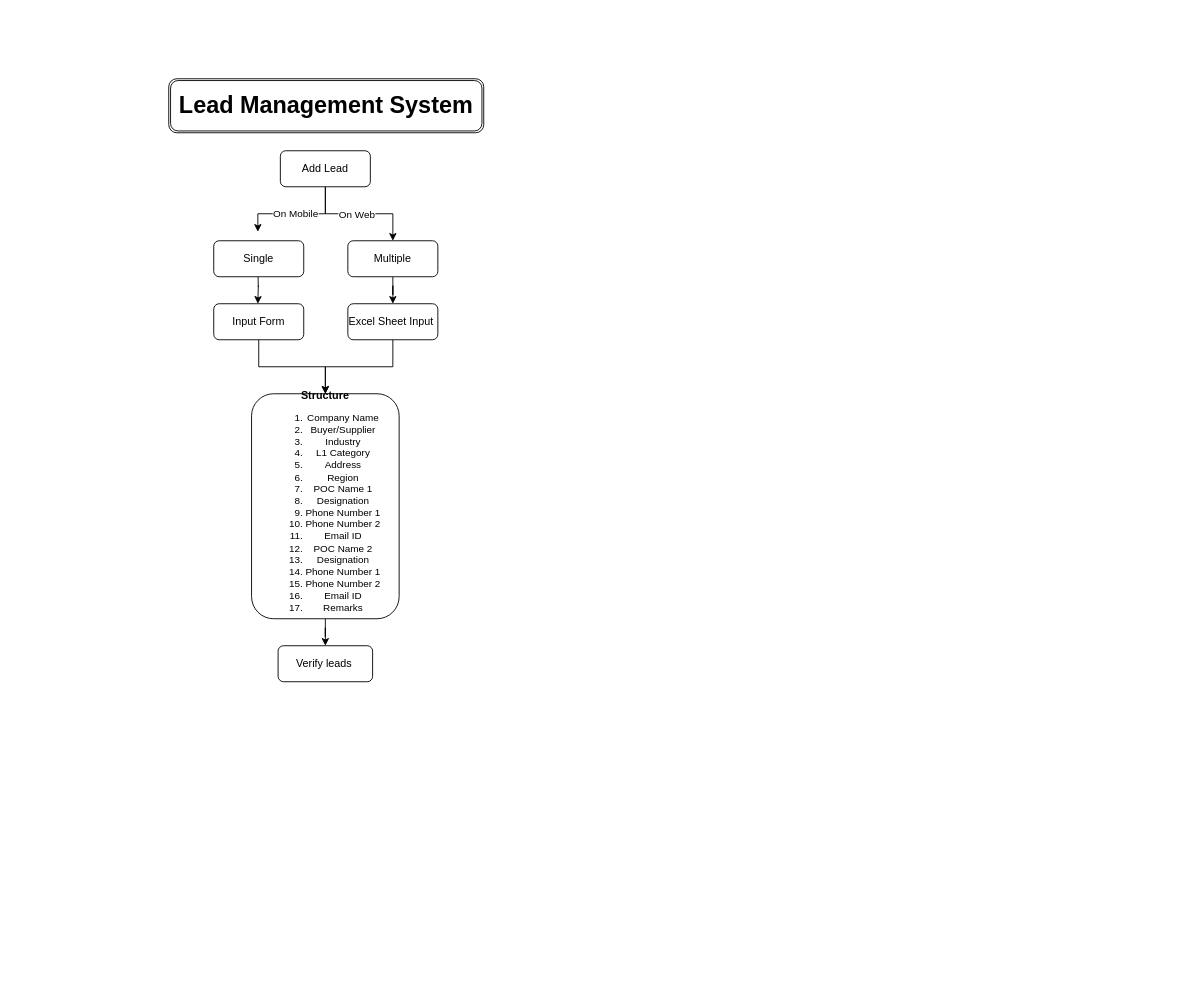
The draw.io diagram page "Lead Management System" (3 of 3) of OfCommerce Workflow.drawio in VimanyuAggarwal/PracticeRepository, before the edit. Source tidied: cells renumbered, new cells numbered last; positions are measured from the earlier drawing's top-left corner, leaving out a move shared by most shapes. Both pictures are drawn from the tidied source at 90%, with x=0, y=0 at pixel (168, 78).
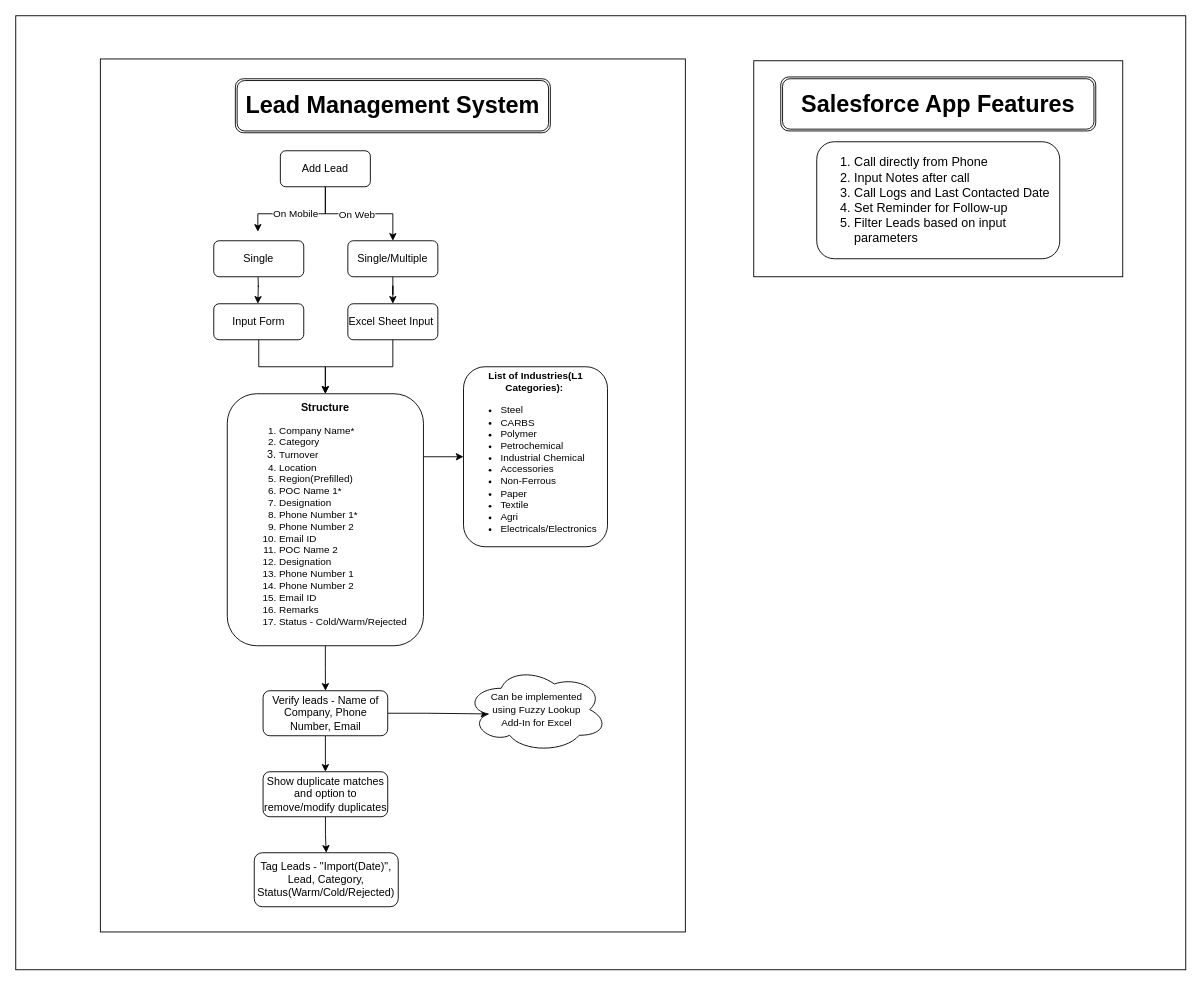
Above is the later version.

What changed in the source:
```diff
@@
+    <mxCell id="19" style="rounded=0;whiteSpace=wrap;html=1;fillColor=none;" parent="1" vertex="1">
+      <mxGeometry x="-170" y="-70" width="1300" height="1060" as="geometry" />
+    </mxCell>
+    <mxCell id="20" style="rounded=0;whiteSpace=wrap;html=1;" parent="1" vertex="1">
+      <mxGeometry x="-76" y="-22" width="650" height="970" as="geometry" />
+    </mxCell>
     <mxCell id="2" value="&lt;p style=&quot;line-height: 80%&quot;&gt;&lt;/p&gt;&lt;h1 style=&quot;font-size: 26px&quot;&gt;Lead Management System&lt;/h1&gt;&lt;p&gt;&lt;/p&gt;" style="shape=ext;double=1;rounded=1;whiteSpace=wrap;html=1;shadow=0;" parent="1" vertex="1">
-      <mxGeometry width="350" height="60" as="geometry" />
+      <mxGeometry x="74" width="350" height="60" as="geometry" />
     </mxCell>
@@
-    <mxCell id="11" value="Multiple" style="rounded=1;whiteSpace=wrap;html=1;" parent="1" vertex="1">
+    <mxCell id="11" value="Single/Multiple" style="rounded=1;whiteSpace=wrap;html=1;" parent="1" vertex="1">
       <mxGeometry x="199" y="180" width="100" height="40" as="geometry" />
     </mxCell>
@@
+    <mxCell id="21" style="edgeStyle=orthogonalEdgeStyle;rounded=0;jettySize=auto;html=1;exitX=1;exitY=0.25;exitDx=0;exitDy=0;" parent="1" edge="1" source="17" target="28">
+      <mxGeometry relative="1" as="geometry" />
+    </mxCell>
-    <mxCell id="17" value="&lt;b&gt;Structure&lt;/b&gt;&lt;br&gt;&lt;ol style=&quot;font-size: 11px&quot;&gt;&lt;li&gt;Company Name&lt;/li&gt;&lt;li&gt;Buyer/Supplier&lt;/li&gt;&lt;li&gt;Industry&lt;/li&gt;&lt;li&gt;L1 Category&lt;/li&gt;&lt;li&gt;Address&lt;/li&gt;&lt;li&gt;Region&lt;/li&gt;&lt;li&gt;POC Name 1&lt;/li&gt;&lt;li&gt;Designation&lt;/li&gt;&lt;li&gt;Phone Number 1&lt;/li&gt;&lt;li&gt;Phone Number 2&lt;/li&gt;&lt;li&gt;Email ID&lt;/li&gt;&lt;li&gt;POC Name 2&lt;/li&gt;&lt;li&gt;Designation&lt;/li&gt;&lt;li&gt;Phone Number 1&lt;/li&gt;&lt;li&gt;Phone Number 2&lt;/li&gt;&lt;li&gt;Email ID&lt;/li&gt;&lt;li&gt;Remarks&lt;/li&gt;&lt;/ol&gt;" style="rounded=1;whiteSpace=wrap;html=1;" parent="1" vertex="1">
-      <mxGeometry x="92" y="350" width="164" height="250" as="geometry" />
+    <mxCell id="17" value="&lt;b&gt;Structure&lt;/b&gt;&lt;br&gt;&lt;ol&gt;&lt;li style=&quot;font-size: 11px ; text-align: left&quot;&gt;Company Name*&lt;/li&gt;&lt;li style=&quot;font-size: 11px ; text-align: left&quot;&gt;&lt;span&gt;Category&lt;/span&gt;&lt;/li&gt;&lt;li style=&quot;text-align: left&quot;&gt;&lt;span style=&quot;font-size: 11px&quot;&gt;Turnover&lt;/span&gt;&lt;br&gt;&lt;/li&gt;&lt;li style=&quot;font-size: 11px ; text-align: left&quot;&gt;&lt;span&gt;Location&lt;/span&gt;&lt;br&gt;&lt;/li&gt;&lt;li style=&quot;font-size: 11px ; text-align: left&quot;&gt;Region(Prefilled)&lt;/li&gt;&lt;li style=&quot;font-size: 11px ; text-align: left&quot;&gt;POC Name 1*&lt;/li&gt;&lt;li style=&quot;font-size: 11px ; text-align: left&quot;&gt;Designation&lt;/li&gt;&lt;li style=&quot;font-size: 11px ; text-align: left&quot;&gt;Phone Number 1*&lt;/li&gt;&lt;li style=&quot;font-size: 11px ; text-align: left&quot;&gt;Phone Number 2&lt;/li&gt;&lt;li style=&quot;font-size: 11px ; text-align: left&quot;&gt;Email ID&lt;/li&gt;&lt;li style=&quot;font-size: 11px ; text-align: left&quot;&gt;POC Name 2&lt;/li&gt;&lt;li style=&quot;font-size: 11px ; text-align: left&quot;&gt;Designation&lt;/li&gt;&lt;li style=&quot;font-size: 11px ; text-align: left&quot;&gt;Phone Number 1&lt;/li&gt;&lt;li style=&quot;font-size: 11px ; text-align: left&quot;&gt;Phone Number 2&lt;/li&gt;&lt;li style=&quot;font-size: 11px ; text-align: left&quot;&gt;Email ID&lt;/li&gt;&lt;li style=&quot;font-size: 11px ; text-align: left&quot;&gt;Remarks&lt;/li&gt;&lt;li style=&quot;font-size: 11px ; text-align: left&quot;&gt;Status - Cold/Warm/Rejected&lt;/li&gt;&lt;/ol&gt;" style="rounded=1;whiteSpace=wrap;html=1;" parent="1" vertex="1">
+      <mxGeometry x="65" y="350" width="218" height="280" as="geometry" />
     </mxCell>
+    <mxCell id="22" style="edgeStyle=orthogonalEdgeStyle;rounded=0;jettySize=auto;html=1;entryX=0.16;entryY=0.55;entryDx=0;entryDy=0;entryPerimeter=0;" parent="1" edge="1" source="18" target="24">
+      <mxGeometry relative="1" as="geometry" />
+    </mxCell>
+    <mxCell id="23" style="edgeStyle=orthogonalEdgeStyle;rounded=0;jettySize=auto;html=1;" parent="1" edge="1" source="18" target="26">
+      <mxGeometry relative="1" as="geometry" />
+    </mxCell>
-    <mxCell id="18" value="Verify leads&amp;nbsp;" style="whiteSpace=wrap;html=1;rounded=1;" parent="1" vertex="1">
-      <mxGeometry x="121.5" y="630" width="105" height="40" as="geometry" />
+    <mxCell id="18" value="Verify leads - Name of Company, Phone Number, Email" style="whiteSpace=wrap;html=1;rounded=1;" parent="1" vertex="1">
+      <mxGeometry x="104.8" y="680" width="138.5" height="50" as="geometry" />
     </mxCell>
+    <mxCell id="24" value="&lt;font style=&quot;font-size: 11px&quot;&gt;Can be implemented &lt;br&gt;using Fuzzy Lookup &lt;br&gt;Add-In for Excel&lt;/font&gt;" style="ellipse;shape=cloud;whiteSpace=wrap;html=1;rounded=1;" parent="1" vertex="1">
+      <mxGeometry x="330" y="653.5" width="157.5" height="95" as="geometry" />
+    </mxCell>
+    <mxCell id="25" style="edgeStyle=orthogonalEdgeStyle;rounded=0;jettySize=auto;html=1;" parent="1" edge="1" source="26" target="27">
+      <mxGeometry relative="1" as="geometry" />
+    </mxCell>
+    <mxCell id="26" value="Show duplicate matches and option to remove/modify duplicates" style="whiteSpace=wrap;html=1;rounded=1;" parent="1" vertex="1">
+      <mxGeometry x="104.8" y="770" width="138.5" height="50" as="geometry" />
+    </mxCell>
+    <mxCell id="27" value="Tag Leads - &quot;Import(Date)&quot;, Lead, Category, Status(Warm/Cold/Rejected)" style="whiteSpace=wrap;html=1;rounded=1;" parent="1" vertex="1">
+      <mxGeometry x="95" y="860" width="160" height="60" as="geometry" />
+    </mxCell>
+    <mxCell id="28" value="&lt;font style=&quot;font-size: 11px&quot;&gt;&lt;b&gt;List of Industries(L1 Categories):&amp;nbsp;&lt;br&gt;&lt;/b&gt;&lt;/font&gt;&lt;ul style=&quot;font-size: 11px&quot;&gt;&lt;li style=&quot;text-align: left&quot;&gt;Steel&lt;/li&gt;&lt;li style=&quot;text-align: left&quot;&gt;CARBS&lt;/li&gt;&lt;li style=&quot;text-align: left&quot;&gt;&lt;font style=&quot;font-size: 11px&quot;&gt;Polymer&lt;/font&gt;&lt;/li&gt;&lt;li style=&quot;text-align: left&quot;&gt;&lt;font style=&quot;font-size: 11px&quot;&gt;Petrochemical&lt;/font&gt;&lt;/li&gt;&lt;li style=&quot;text-align: left&quot;&gt;&lt;font style=&quot;font-size: 11px&quot;&gt;Industrial Chemical&lt;/font&gt;&lt;/li&gt;&lt;li style=&quot;text-align: left&quot;&gt;&lt;font style=&quot;font-size: 11px&quot;&gt;Accessories&lt;/font&gt;&lt;/li&gt;&lt;li style=&quot;text-align: left&quot;&gt;&lt;font style=&quot;font-size: 11px&quot;&gt;Non-Ferrous&lt;/font&gt;&lt;/li&gt;&lt;li style=&quot;text-align: left&quot;&gt;&lt;font style=&quot;font-size: 11px&quot;&gt;Paper&lt;/font&gt;&lt;/li&gt;&lt;li style=&quot;text-align: left&quot;&gt;&lt;font style=&quot;font-size: 11px&quot;&gt;Textile&lt;/font&gt;&lt;/li&gt;&lt;li style=&quot;text-align: left&quot;&gt;&lt;font style=&quot;font-size: 11px&quot;&gt;Agri&lt;/font&gt;&lt;/li&gt;&lt;li style=&quot;text-align: left&quot;&gt;&lt;font style=&quot;font-size: 11px&quot;&gt;Electricals/Electronics&lt;/font&gt;&lt;/li&gt;&lt;/ul&gt;" style="rounded=1;whiteSpace=wrap;html=1;" parent="1" vertex="1">
+      <mxGeometry x="327.5" y="320" width="160" height="200" as="geometry" />
+    </mxCell>
+    <mxCell id="29" style="group;" parent="1" vertex="1">
+      <mxGeometry x="650" y="-20" width="410" height="240" as="geometry" />
+    </mxCell>
+    <mxCell id="30" style="rounded=0;whiteSpace=wrap;html=1;fillColor=none;" parent="29" vertex="1">
+      <mxGeometry width="410" height="240" as="geometry" />
+    </mxCell>
+    <mxCell id="31" value="&lt;p style=&quot;line-height: 80%&quot;&gt;&lt;/p&gt;&lt;h1 style=&quot;font-size: 26px&quot;&gt;Salesforce App Features&lt;/h1&gt;&lt;p&gt;&lt;/p&gt;" style="shape=ext;double=1;rounded=1;whiteSpace=wrap;html=1;shadow=0;" parent="29" vertex="1">
+      <mxGeometry x="30" y="18" width="350" height="60" as="geometry" />
+    </mxCell>
+    <mxCell id="32" value="&lt;ol style=&quot;font-size: 14px&quot;&gt;&lt;li&gt;Call directly from Phone&lt;/li&gt;&lt;li&gt;Input Notes after call&lt;/li&gt;&lt;li&gt;Call Logs and Last Contacted Date&lt;/li&gt;&lt;li&gt;Set Reminder for Follow-up&lt;/li&gt;&lt;li&gt;Filter Leads based on input parameters&lt;/li&gt;&lt;/ol&gt;" style="rounded=1;whiteSpace=wrap;html=1;fillColor=none;align=left;" parent="29" vertex="1">
+      <mxGeometry x="70" y="90" width="270" height="130" as="geometry" />
+    </mxCell>
```
